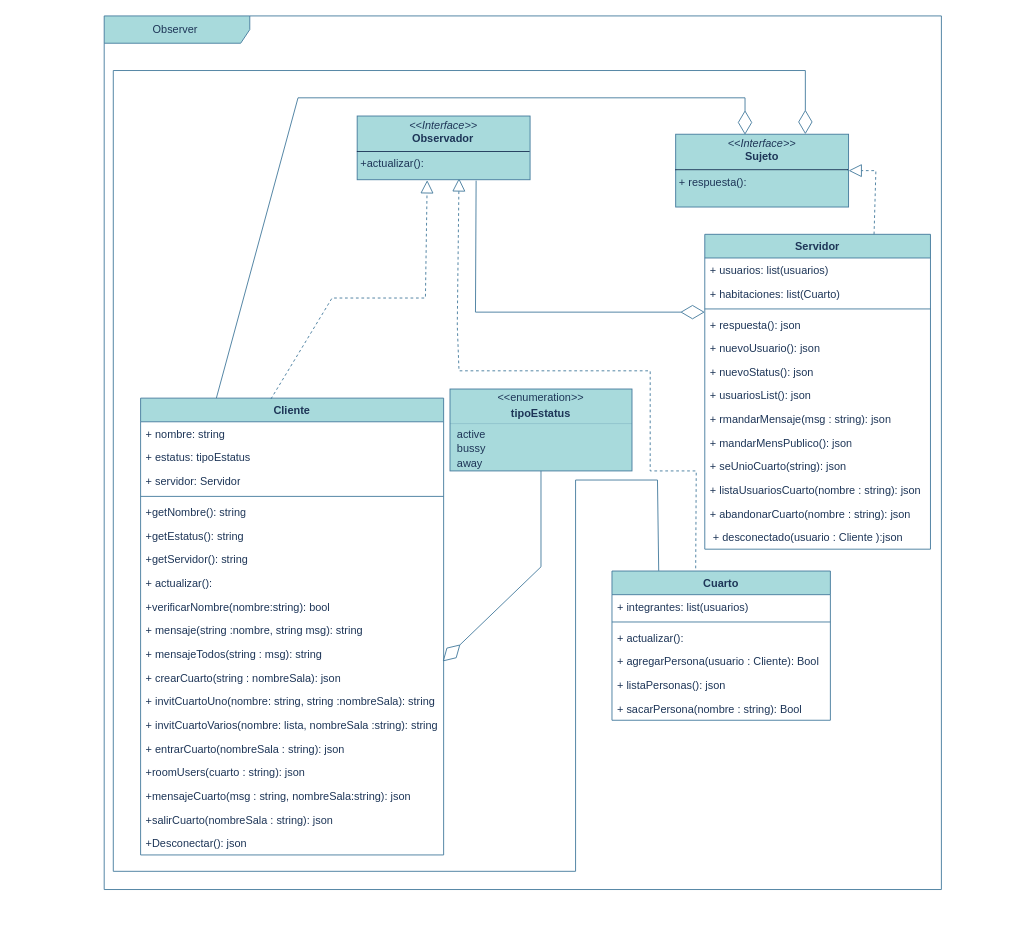
Sergio09XJ/Servicio-Mensajeria keeps this draw.io diagram as docs/Mensajeria.drawio. Above is the earlier version. Source tidied: cells renumbered, new cells numbered last; positions are measured from the earlier drawing's top-left corner, leaving out a move shared by most shapes. Both pictures are drawn from the tidied source at 91%, with x=0, y=0 at pixel (104, 15).
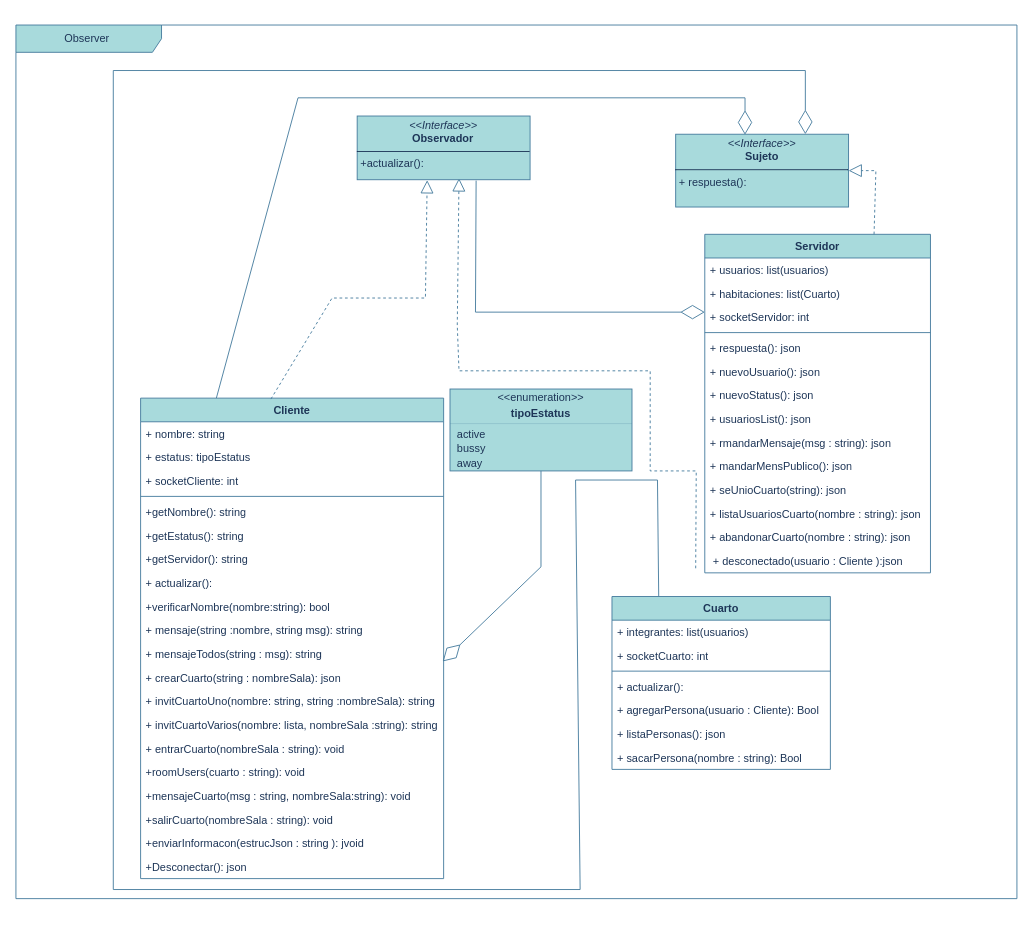
Above is the later version.

Commit message (it also covers changes not shown here):
docs : modificamos el uml, especificamente Cliente, Cuarto y Servidor agregando un parametro int para el socket.

Unchanged cells that the change refers to:
```xml
<mxCell id="48" value="&lt;p style=&quot;margin:0px;margin-top:4px;text-align:center;&quot;&gt;&lt;i&gt;&amp;lt;&amp;lt;Interface&amp;gt;&amp;gt;&lt;/i&gt;&lt;br&gt;&lt;b&gt;Sujeto&lt;/b&gt;&lt;/p&gt;&lt;hr size=&quot;1&quot; style=&quot;border-style:solid;&quot;&gt;&lt;p style=&quot;margin:0px;margin-left:4px;&quot;&gt;+ respuesta():&lt;br&gt;&lt;br&gt;&lt;/p&gt;" style="verticalAlign=top;align=left;overflow=fill;html=1;whiteSpace=wrap;labelBackgroundColor=none;fillColor=#A8DADC;strokeColor=#457B9D;fontColor=#1D3557;" parent="1" vertex="1">
  <mxGeometry x="628" y="130" width="190" height="80" as="geometry" />
</mxCell>
```

What changed in the source:
```diff
@@
     <mxCell id="2" value="Cliente" style="swimlane;fontStyle=1;align=center;verticalAlign=top;horizontal=1;startSize=26;whiteSpace=wrap;html=1;labelBackgroundColor=none;fillColor=#A8DADC;strokeColor=#457B9D;fontColor=#1D3557;" parent="1" vertex="1">
-      <mxGeometry x="40" y="420" width="333" height="502" as="geometry" />
+      <mxGeometry x="40" y="420" width="333" height="528" as="geometry" />
     </mxCell>
@@
-    <mxCell id="5" value="+ servidor: Servidor" style="text;strokeColor=none;fillColor=none;align=left;verticalAlign=top;spacingLeft=4;spacingRight=4;overflow=hidden;whiteSpace=wrap;html=1;labelBackgroundColor=none;fontColor=#1D3557;" parent="2" vertex="1">
+    <mxCell id="5" value="+ socketCliente: int" style="text;strokeColor=none;fillColor=none;align=left;verticalAlign=top;spacingLeft=4;spacingRight=4;overflow=hidden;whiteSpace=wrap;html=1;labelBackgroundColor=none;fontColor=#1D3557;" parent="2" vertex="1">
       <mxGeometry y="78" width="333" height="26" as="geometry" />
     </mxCell>
@@
-    <mxCell id="17" value="+ entrarCuarto(nombreSala : string): json" style="text;strokeColor=none;fillColor=none;align=left;verticalAlign=top;spacingLeft=4;spacingRight=4;overflow=hidden;whiteSpace=wrap;html=1;labelBackgroundColor=none;fontColor=#1D3557;" parent="2" vertex="1">
+    <mxCell id="17" value="+ entrarCuarto(nombreSala : string): void" style="text;strokeColor=none;fillColor=none;align=left;verticalAlign=top;spacingLeft=4;spacingRight=4;overflow=hidden;whiteSpace=wrap;html=1;labelBackgroundColor=none;fontColor=#1D3557;" parent="2" vertex="1">
       <mxGeometry y="372" width="333" height="26" as="geometry" />
     </mxCell>
-    <mxCell id="18" value="+roomUsers(cuarto : string): json" style="text;strokeColor=none;fillColor=none;align=left;verticalAlign=top;spacingLeft=4;spacingRight=4;overflow=hidden;whiteSpace=wrap;html=1;labelBackgroundColor=none;fontColor=#1D3557;" parent="2" vertex="1">
+    <mxCell id="18" value="+roomUsers(cuarto : string): void" style="text;strokeColor=none;fillColor=none;align=left;verticalAlign=top;spacingLeft=4;spacingRight=4;overflow=hidden;whiteSpace=wrap;html=1;labelBackgroundColor=none;fontColor=#1D3557;" parent="2" vertex="1">
       <mxGeometry y="398" width="333" height="26" as="geometry" />
     </mxCell>
-    <mxCell id="19" value="+mensajeCuarto(msg : string, nombreSala:string): json" style="text;strokeColor=none;fillColor=none;align=left;verticalAlign=top;spacingLeft=4;spacingRight=4;overflow=hidden;whiteSpace=wrap;html=1;labelBackgroundColor=none;fontColor=#1D3557;" parent="2" vertex="1">
+    <mxCell id="19" value="+mensajeCuarto(msg : string, nombreSala:string): void" style="text;strokeColor=none;fillColor=none;align=left;verticalAlign=top;spacingLeft=4;spacingRight=4;overflow=hidden;whiteSpace=wrap;html=1;labelBackgroundColor=none;fontColor=#1D3557;" parent="2" vertex="1">
       <mxGeometry y="424" width="333" height="26" as="geometry" />
     </mxCell>
-    <mxCell id="20" value="+salirCuarto(nombreSala : string): json" style="text;strokeColor=none;fillColor=none;align=left;verticalAlign=top;spacingLeft=4;spacingRight=4;overflow=hidden;whiteSpace=wrap;html=1;labelBackgroundColor=none;fontColor=#1D3557;" parent="2" vertex="1">
+    <mxCell id="20" value="+salirCuarto(nombreSala : string): void" style="text;strokeColor=none;fillColor=none;align=left;verticalAlign=top;spacingLeft=4;spacingRight=4;overflow=hidden;whiteSpace=wrap;html=1;labelBackgroundColor=none;fontColor=#1D3557;" parent="2" vertex="1">
       <mxGeometry y="450" width="333" height="26" as="geometry" />
     </mxCell>
+    <mxCell id="60" value="+enviarInformacon(estrucJson : string ): jvoid" style="text;strokeColor=none;fillColor=none;align=left;verticalAlign=top;spacingLeft=4;spacingRight=4;overflow=hidden;whiteSpace=wrap;html=1;labelBackgroundColor=none;fontColor=#1D3557;" parent="2" vertex="1">
+      <mxGeometry y="476" width="333" height="26" as="geometry" />
+    </mxCell>
     <mxCell id="21" value="+Desconectar(): json" style="text;strokeColor=none;fillColor=none;align=left;verticalAlign=top;spacingLeft=4;spacingRight=4;overflow=hidden;whiteSpace=wrap;html=1;labelBackgroundColor=none;fontColor=#1D3557;" parent="2" vertex="1">
-      <mxGeometry y="476" width="333" height="26" as="geometry" />
+      <mxGeometry y="502" width="333" height="26" as="geometry" />
     </mxCell>
     <mxCell id="22" value="Servidor" style="swimlane;fontStyle=1;align=center;verticalAlign=top;horizontal=1;startSize=26;whiteSpace=wrap;html=1;labelBackgroundColor=none;fillColor=#A8DADC;strokeColor=#457B9D;fontColor=#1D3557;" parent="1" vertex="1">
-      <mxGeometry x="660" y="240" width="248" height="346" as="geometry" />
+      <mxGeometry x="660" y="240" width="248" height="372" as="geometry" />
     </mxCell>
@@
+    <mxCell id="61" value="+ socketServidor: int&amp;nbsp;&lt;div&gt;&lt;br&gt;&lt;/div&gt;" style="text;strokeColor=none;fillColor=none;align=left;verticalAlign=top;spacingLeft=4;spacingRight=4;overflow=hidden;whiteSpace=wrap;html=1;labelBackgroundColor=none;fontColor=#1D3557;" parent="22" vertex="1">
+      <mxGeometry y="78" width="248" height="26" as="geometry" />
+    </mxCell>
     <mxCell id="25" style="line;strokeWidth=1;fillColor=none;align=left;verticalAlign=middle;spacingTop=-1;spacingLeft=3;spacingRight=3;labelPosition=right;strokeColor=#457B9D;labelBackgroundColor=none;fontColor=#1D3557;" parent="22" vertex="1">
-      <mxGeometry y="78" width="248" height="8" as="geometry" />
+      <mxGeometry y="104" width="248" height="8" as="geometry" />
     </mxCell>
     <mxCell id="26" value="+ respuesta(): json" style="text;strokeColor=none;fillColor=none;align=left;verticalAlign=top;spacingLeft=4;spacingRight=4;overflow=hidden;whiteSpace=wrap;html=1;labelBackgroundColor=none;fontColor=#1D3557;" parent="22" vertex="1">
-      <mxGeometry y="86" width="248" height="26" as="geometry" />
+      <mxGeometry y="112" width="248" height="26" as="geometry" />
     </mxCell>
     <mxCell id="27" value="+ nuevoUsuario(): json" style="text;strokeColor=none;fillColor=none;align=left;verticalAlign=top;spacingLeft=4;spacingRight=4;overflow=hidden;whiteSpace=wrap;html=1;labelBackgroundColor=none;fontColor=#1D3557;" parent="22" vertex="1">
-      <mxGeometry y="112" width="248" height="26" as="geometry" />
+      <mxGeometry y="138" width="248" height="26" as="geometry" />
     </mxCell>
     <mxCell id="28" value="+ nuevoStatus(): json" style="text;strokeColor=none;fillColor=none;align=left;verticalAlign=top;spacingLeft=4;spacingRight=4;overflow=hidden;whiteSpace=wrap;html=1;labelBackgroundColor=none;fontColor=#1D3557;" parent="22" vertex="1">
-      <mxGeometry y="138" width="248" height="26" as="geometry" />
+      <mxGeometry y="164" width="248" height="26" as="geometry" />
     </mxCell>
     <mxCell id="29" value="+ usuariosList(): json" style="text;strokeColor=none;fillColor=none;align=left;verticalAlign=top;spacingLeft=4;spacingRight=4;overflow=hidden;whiteSpace=wrap;html=1;labelBackgroundColor=none;fontColor=#1D3557;" parent="22" vertex="1">
-      <mxGeometry y="164" width="248" height="26" as="geometry" />
+      <mxGeometry y="190" width="248" height="26" as="geometry" />
     </mxCell>
     <mxCell id="30" value="+ rmandarMensaje(msg : string): json" style="text;strokeColor=none;fillColor=none;align=left;verticalAlign=top;spacingLeft=4;spacingRight=4;overflow=hidden;whiteSpace=wrap;html=1;labelBackgroundColor=none;fontColor=#1D3557;" parent="22" vertex="1">
-      <mxGeometry y="190" width="248" height="26" as="geometry" />
+      <mxGeometry y="216" width="248" height="26" as="geometry" />
     </mxCell>
     <mxCell id="31" value="+ mandarMensPublico(): json" style="text;strokeColor=none;fillColor=none;align=left;verticalAlign=top;spacingLeft=4;spacingRight=4;overflow=hidden;whiteSpace=wrap;html=1;labelBackgroundColor=none;fontColor=#1D3557;" parent="22" vertex="1">
-      <mxGeometry y="216" width="248" height="26" as="geometry" />
+      <mxGeometry y="242" width="248" height="26" as="geometry" />
     </mxCell>
     <mxCell id="32" value="+ seUnioCuarto(string): json" style="text;strokeColor=none;fillColor=none;align=left;verticalAlign=top;spacingLeft=4;spacingRight=4;overflow=hidden;whiteSpace=wrap;html=1;labelBackgroundColor=none;fontColor=#1D3557;" parent="22" vertex="1">
-      <mxGeometry y="242" width="248" height="26" as="geometry" />
+      <mxGeometry y="268" width="248" height="26" as="geometry" />
     </mxCell>
     <mxCell id="33" value="+ listaUsuariosCuarto(nombre : string): json" style="text;strokeColor=none;fillColor=none;align=left;verticalAlign=top;spacingLeft=4;spacingRight=4;overflow=hidden;whiteSpace=wrap;html=1;labelBackgroundColor=none;fontColor=#1D3557;" parent="22" vertex="1">
-      <mxGeometry y="268" width="248" height="26" as="geometry" />
+      <mxGeometry y="294" width="248" height="26" as="geometry" />
     </mxCell>
     <mxCell id="34" value="+ abandonarCuarto(nombre : string): json" style="text;strokeColor=none;fillColor=none;align=left;verticalAlign=top;spacingLeft=4;spacingRight=4;overflow=hidden;whiteSpace=wrap;html=1;labelBackgroundColor=none;fontColor=#1D3557;" parent="22" vertex="1">
-      <mxGeometry y="294" width="248" height="26" as="geometry" />
+      <mxGeometry y="320" width="248" height="26" as="geometry" />
     </mxCell>
     <mxCell id="35" value="&amp;nbsp;+ desconectado(usuario : Cliente ):json" style="text;strokeColor=none;fillColor=none;align=left;verticalAlign=top;spacingLeft=4;spacingRight=4;overflow=hidden;whiteSpace=wrap;html=1;labelBackgroundColor=none;fontColor=#1D3557;" parent="22" vertex="1">
-      <mxGeometry y="320" width="248" height="26" as="geometry" />
+      <mxGeometry y="346" width="248" height="26" as="geometry" />
     </mxCell>
-    <mxCell id="36" value="Cuarto&lt;div&gt;&lt;br&gt;&lt;/div&gt;" style="swimlane;fontStyle=1;align=center;verticalAlign=top;horizontal=1;startSize=26;whiteSpace=wrap;html=1;labelBackgroundColor=none;fillColor=#A8DADC;strokeColor=#457B9D;fontColor=#1D3557;" parent="1" vertex="1">
-      <mxGeometry x="558" y="610" width="240" height="164" as="geometry" />
-    </mxCell>
-    <mxCell id="37" value="+ integrantes: list(usuarios)" style="text;strokeColor=none;fillColor=none;align=left;verticalAlign=top;spacingLeft=4;spacingRight=4;overflow=hidden;whiteSpace=wrap;html=1;labelBackgroundColor=none;fontColor=#1D3557;" parent="36" vertex="1">
-      <mxGeometry y="26" width="240" height="26" as="geometry" />
-    </mxCell>
-    <mxCell id="38" style="line;strokeWidth=1;fillColor=none;align=left;verticalAlign=middle;spacingTop=-1;spacingLeft=3;spacingRight=3;labelPosition=right;strokeColor=#457B9D;labelBackgroundColor=none;fontColor=#1D3557;" parent="36" vertex="1">
-      <mxGeometry y="52" width="240" height="8" as="geometry" />
-    </mxCell>
-    <mxCell id="39" value="+ actualizar():" style="text;strokeColor=none;fillColor=none;align=left;verticalAlign=top;spacingLeft=4;spacingRight=4;overflow=hidden;whiteSpace=wrap;html=1;labelBackgroundColor=none;fontColor=#1D3557;" parent="36" vertex="1">
-      <mxGeometry y="60" width="240" height="26" as="geometry" />
-    </mxCell>
-    <mxCell id="40" value="+ agregarPersona(usuario : Cliente): Bool" style="text;strokeColor=none;fillColor=none;align=left;verticalAlign=top;spacingLeft=4;spacingRight=4;overflow=hidden;whiteSpace=wrap;html=1;labelBackgroundColor=none;fontColor=#1D3557;" parent="36" vertex="1">
-      <mxGeometry y="86" width="240" height="26" as="geometry" />
-    </mxCell>
-    <mxCell id="41" value="+ listaPersonas(): json" style="text;strokeColor=none;fillColor=none;align=left;verticalAlign=top;spacingLeft=4;spacingRight=4;overflow=hidden;whiteSpace=wrap;html=1;labelBackgroundColor=none;fontColor=#1D3557;" parent="36" vertex="1">
-      <mxGeometry y="112" width="240" height="26" as="geometry" />
-    </mxCell>
-    <mxCell id="42" value="+ sacarPersona(nombre : string): Bool" style="text;strokeColor=none;fillColor=none;align=left;verticalAlign=top;spacingLeft=4;spacingRight=4;overflow=hidden;whiteSpace=wrap;html=1;labelBackgroundColor=none;fontColor=#1D3557;" parent="36" vertex="1">
-      <mxGeometry y="138" width="240" height="26" as="geometry" />
-    </mxCell>
@@
     <mxCell id="49" style="endArrow=diamondThin;endFill=0;endSize=24;html=1;rounded=0;exitX=0.214;exitY=-0.001;exitDx=0;exitDy=0;entryX=0.75;entryY=0;entryDx=0;entryDy=0;exitPerimeter=0;labelBackgroundColor=none;strokeColor=#457B9D;fontColor=default;" parent="1" edge="1" source="36" target="48">
       <mxGeometry relative="1" as="geometry">
         <Array as="points">
           <mxPoint x="608" y="510" />
           <mxPoint x="518" y="510" />
-          <mxPoint x="518" y="940" />
-          <mxPoint x="10" y="940" />
+          <mxPoint x="523" y="960" />
+          <mxPoint x="10" y="960" />
           <mxPoint x="10" y="60" />
           <mxPoint x="770.5" y="60" />
         </Array>
       </mxGeometry>
     </mxCell>
@@
     <mxCell id="59" value="Observer&amp;nbsp;" style="shape=umlFrame;whiteSpace=wrap;html=1;width=160;fillColor=#A8DADC;strokeColor=#457B9D;labelBackgroundColor=none;fontColor=#1D3557;" parent="1" vertex="1">
-      <mxGeometry width="920" height="960" as="geometry" />
+      <mxGeometry x="-97" y="10" width="1100" height="960" as="geometry" />
     </mxCell>
+    <mxCell id="36" value="Cuarto&lt;div&gt;&lt;br&gt;&lt;/div&gt;" style="swimlane;fontStyle=1;align=center;verticalAlign=top;horizontal=1;startSize=26;whiteSpace=wrap;html=1;labelBackgroundColor=none;fillColor=#A8DADC;strokeColor=#457B9D;fontColor=#1D3557;" parent="59" vertex="1">
+      <mxGeometry x="655" y="628" width="240" height="190" as="geometry" />
+    </mxCell>
+    <mxCell id="37" value="+ integrantes: list(usuarios)" style="text;strokeColor=none;fillColor=none;align=left;verticalAlign=top;spacingLeft=4;spacingRight=4;overflow=hidden;whiteSpace=wrap;html=1;labelBackgroundColor=none;fontColor=#1D3557;" parent="36" vertex="1">
+      <mxGeometry y="26" width="240" height="26" as="geometry" />
+    </mxCell>
+    <mxCell id="62" value="+ socketCuarto: int" style="text;strokeColor=none;fillColor=none;align=left;verticalAlign=top;spacingLeft=4;spacingRight=4;overflow=hidden;whiteSpace=wrap;html=1;labelBackgroundColor=none;fontColor=#1D3557;" parent="36" vertex="1">
+      <mxGeometry y="52" width="240" height="26" as="geometry" />
+    </mxCell>
+    <mxCell id="38" style="line;strokeWidth=1;fillColor=none;align=left;verticalAlign=middle;spacingTop=-1;spacingLeft=3;spacingRight=3;labelPosition=right;strokeColor=#457B9D;labelBackgroundColor=none;fontColor=#1D3557;" parent="36" vertex="1">
+      <mxGeometry y="78" width="240" height="8" as="geometry" />
+    </mxCell>
+    <mxCell id="39" value="+ actualizar():" style="text;strokeColor=none;fillColor=none;align=left;verticalAlign=top;spacingLeft=4;spacingRight=4;overflow=hidden;whiteSpace=wrap;html=1;labelBackgroundColor=none;fontColor=#1D3557;" parent="36" vertex="1">
+      <mxGeometry y="86" width="240" height="26" as="geometry" />
+    </mxCell>
+    <mxCell id="40" value="+ agregarPersona(usuario : Cliente): Bool" style="text;strokeColor=none;fillColor=none;align=left;verticalAlign=top;spacingLeft=4;spacingRight=4;overflow=hidden;whiteSpace=wrap;html=1;labelBackgroundColor=none;fontColor=#1D3557;" parent="36" vertex="1">
+      <mxGeometry y="112" width="240" height="26" as="geometry" />
+    </mxCell>
+    <mxCell id="41" value="+ listaPersonas(): json" style="text;strokeColor=none;fillColor=none;align=left;verticalAlign=top;spacingLeft=4;spacingRight=4;overflow=hidden;whiteSpace=wrap;html=1;labelBackgroundColor=none;fontColor=#1D3557;" parent="36" vertex="1">
+      <mxGeometry y="138" width="240" height="26" as="geometry" />
+    </mxCell>
+    <mxCell id="42" value="+ sacarPersona(nombre : string): Bool" style="text;strokeColor=none;fillColor=none;align=left;verticalAlign=top;spacingLeft=4;spacingRight=4;overflow=hidden;whiteSpace=wrap;html=1;labelBackgroundColor=none;fontColor=#1D3557;" parent="36" vertex="1">
+      <mxGeometry y="164" width="240" height="26" as="geometry" />
+    </mxCell>
```
